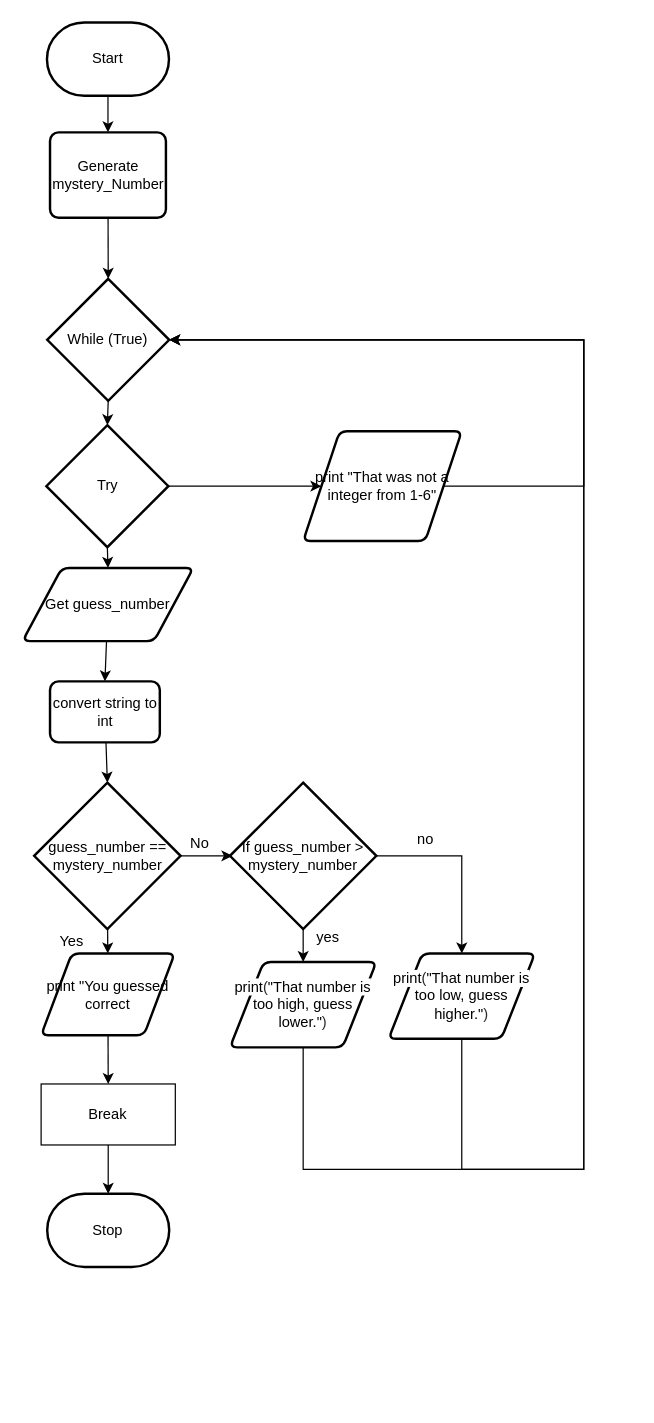
The draw.io diagram flow.drawio in Peter-Gemmell/ics4u-Unit1-04-typescript, before the edit. Source tidied: cells renumbered, new cells numbered last; positions are measured from the earlier drawing's top-left corner, leaving out a move shared by most shapes. Both pictures are drawn from the tidied source at 122%, with x=0, y=0 at pixel (22, 22).
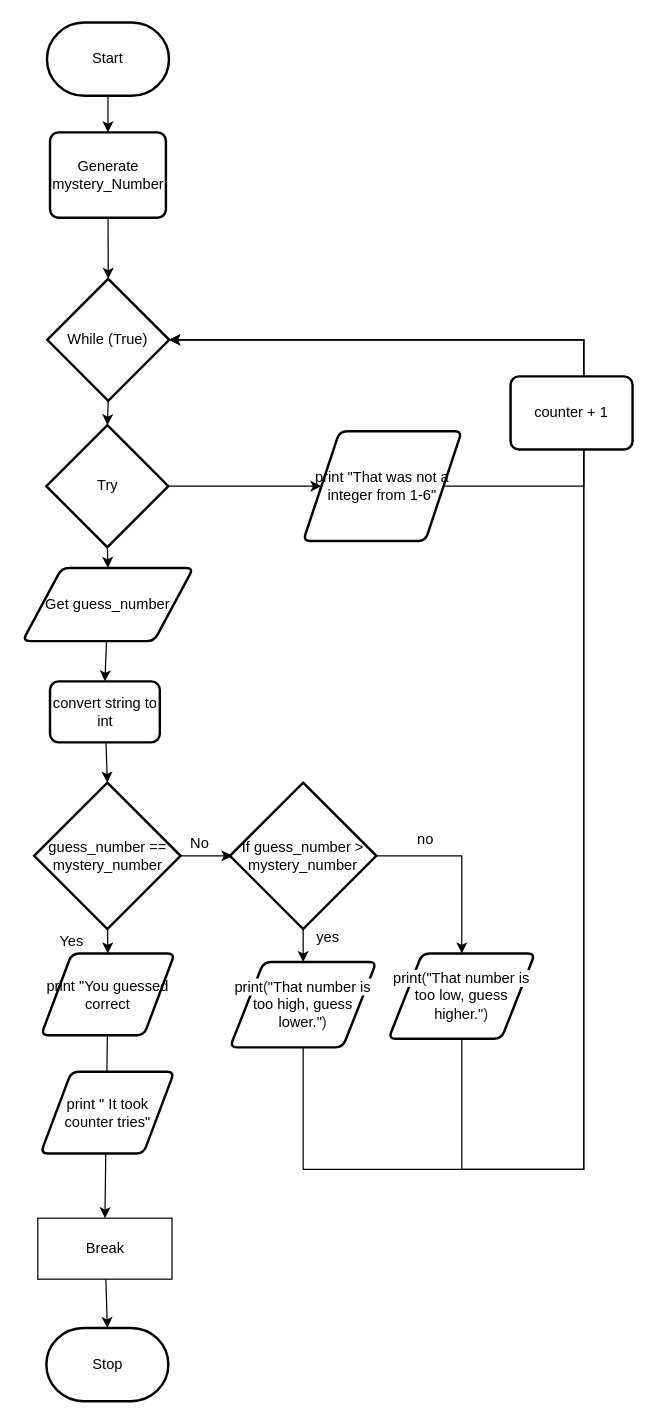
The same diagram, later.

Commit message (it also covers changes not shown here):
counter aded

Change to the diagram source:
```diff
@@
     <mxCell id="6" value="Stop" style="strokeWidth=2;html=1;shape=mxgraph.flowchart.terminator;whiteSpace=wrap;" parent="1" vertex="1">
-      <mxGeometry x="20.2" y="960" width="100" height="60" as="geometry" />
+      <mxGeometry x="19.5" y="1070" width="100" height="60" as="geometry" />
     </mxCell>
@@
     <mxCell id="33" value="Break" style="rounded=0;whiteSpace=wrap;html=1;" parent="1" vertex="1">
-      <mxGeometry x="15.2" y="870" width="110" height="50" as="geometry" />
+      <mxGeometry x="12.5" y="980" width="110" height="50" as="geometry" />
     </mxCell>
@@
+    <mxCell id="36" value="print &quot; It took counter tries&quot;" style="shape=parallelogram;html=1;strokeWidth=2;perimeter=parallelogramPerimeter;whiteSpace=wrap;rounded=1;arcSize=12;size=0.23;" parent="1" vertex="1">
+      <mxGeometry x="14.8" y="860" width="109.5" height="67" as="geometry" />
+    </mxCell>
+    <mxCell id="37" value="counter + 1" style="rounded=1;whiteSpace=wrap;html=1;absoluteArcSize=1;arcSize=14;strokeWidth=2;" parent="1" vertex="1">
+      <mxGeometry x="400" y="290" width="100" height="60" as="geometry" />
+    </mxCell>
```
